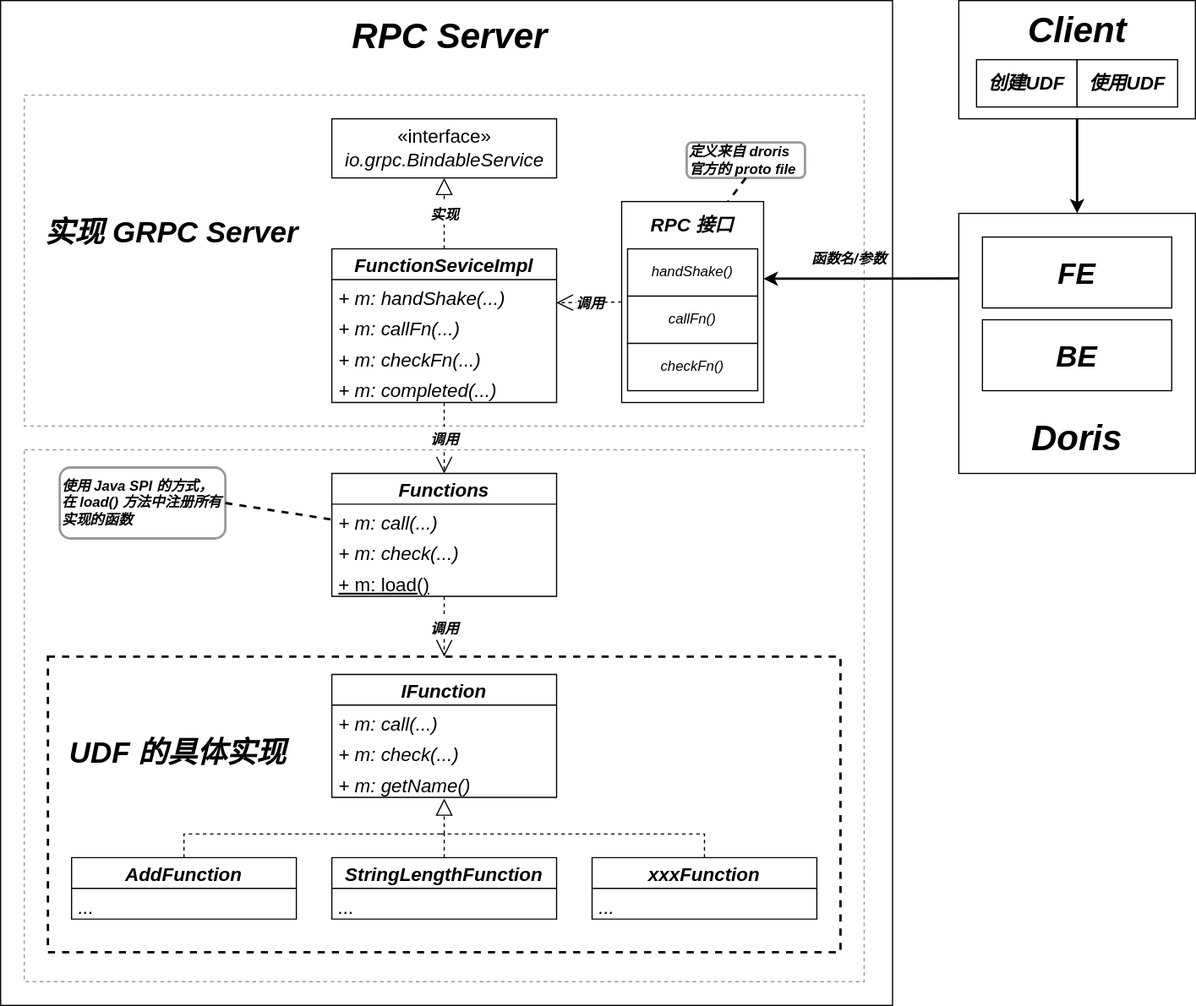
Above: arch.svg in siu91/jrudf (draw.io), before the change. Source tidied: cells renumbered, new cells last; positions are measured from the earlier drawing's top-left corner, leaving out a move shared by most shapes.
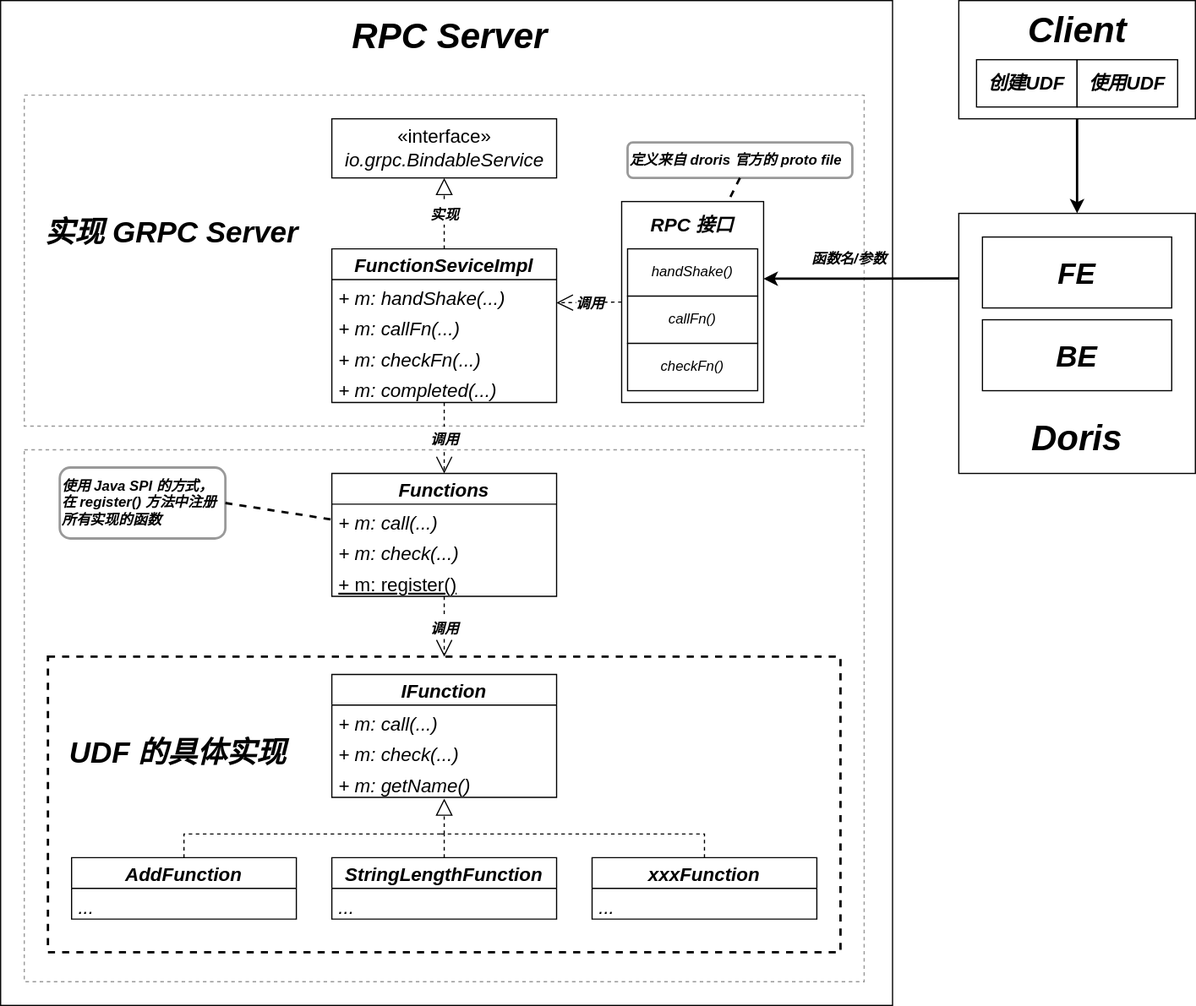
After the change.

Commit message:
arch:更新设计图

The edit, as a diff of the source:
```diff
@@ -82,7 +82,7 @@
     <mxCell id="27" value="+ m: check(...)" style="text;strokeColor=none;fillColor=none;align=left;verticalAlign=top;spacingLeft=4;spacingRight=4;overflow=hidden;rounded=0;fontSize=16;fontStyle=2;" parent="25" vertex="1">
       <mxGeometry y="52" width="190" height="26" as="geometry" />
     </mxCell>
-    <mxCell id="28" value="+ m: load()" style="text;strokeColor=none;fillColor=none;align=left;verticalAlign=top;spacingLeft=4;spacingRight=4;overflow=hidden;rounded=0;fontSize=16;fontStyle=4;" parent="25" vertex="1">
+    <mxCell id="28" value="+ m: register()" style="text;strokeColor=none;fillColor=none;align=left;verticalAlign=top;spacingLeft=4;spacingRight=4;overflow=hidden;rounded=0;fontSize=16;fontStyle=4;" parent="25" vertex="1">
       <mxGeometry y="78" width="190" height="26" as="geometry" />
     </mxCell>
     <mxCell id="29" value="IFunction" style="swimlane;fontStyle=3;horizontal=1;startSize=26;fillColor=none;rounded=0;fontSize=16;strokeColor=#000000;strokeWidth=1;" parent="1" vertex="1">
@@ -169,14 +169,14 @@
     <mxCell id="51" style="endArrow=classic;html=1;rounded=0;fontSize=16;exitX=0.5;exitY=1;exitDx=0;exitDy=0;strokeWidth=2;" parent="1" edge="1" source="8" target="7">
       <mxGeometry relative="1" as="geometry" />
     </mxCell>
-    <mxCell id="52" value="&lt;b&gt;&lt;i&gt;使用 Java SPI 的方式，在 load() 方法中注册所有实现的函数&lt;/i&gt;&lt;/b&gt;" style="rounded=1;whiteSpace=wrap;html=1;labelBackgroundColor=none;fontSize=12;strokeColor=#999999;strokeWidth=2;fillColor=default;align=left;" parent="1" vertex="1">
+    <mxCell id="52" value="&lt;b&gt;&lt;i&gt;使用 Java SPI 的方式，在 register() 方法中注册所有实现的函数&lt;/i&gt;&lt;/b&gt;" style="rounded=1;whiteSpace=wrap;html=1;labelBackgroundColor=none;fontSize=12;strokeColor=#999999;strokeWidth=2;fillColor=default;align=left;" parent="1" vertex="1">
       <mxGeometry x="50" y="395" width="140" height="60" as="geometry" />
     </mxCell>
     <mxCell id="53" style="endArrow=none;html=1;rounded=0;dashed=1;fontSize=12;strokeWidth=2;exitX=1;exitY=0.5;exitDx=0;exitDy=0;entryX=0;entryY=0.5;entryDx=0;entryDy=0;endFill=0;" parent="1" edge="1" source="52" target="26">
       <mxGeometry relative="1" as="geometry" />
     </mxCell>
     <mxCell id="54" value="&lt;b&gt;&lt;i&gt;定义来自 droris 官方的 proto file&lt;/i&gt;&lt;/b&gt;" style="rounded=1;whiteSpace=wrap;html=1;labelBackgroundColor=none;fontSize=12;strokeColor=#999999;strokeWidth=2;fillColor=default;align=left;" parent="1" vertex="1">
-      <mxGeometry x="580" y="120" width="100" height="30" as="geometry" />
+      <mxGeometry x="530" y="120" width="190" height="30" as="geometry" />
     </mxCell>
     <mxCell id="55" style="endArrow=none;html=1;rounded=0;dashed=1;fontSize=12;strokeWidth=2;exitX=0.5;exitY=1;exitDx=0;exitDy=0;entryX=0.75;entryY=0;entryDx=0;entryDy=0;endFill=0;" parent="1" edge="1" source="54" target="15">
       <mxGeometry relative="1" as="geometry" />
```
